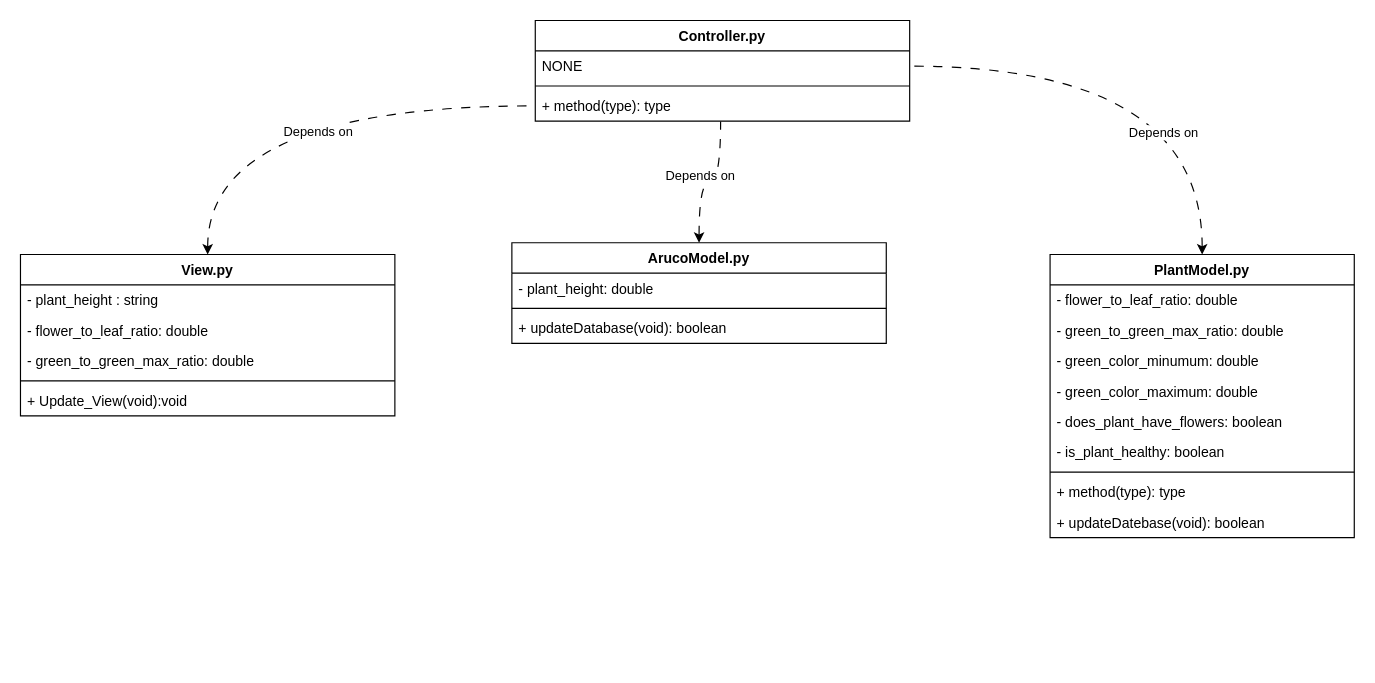
The draw.io diagram page "UML" (3 of 3) of docs/block_diagram_flower_growth_tracker.drawio in JovanyZepeda/miniature-doodle, before the edit. Source tidied: cells renumbered, new cells numbered last; positions are measured from the earlier drawing's top-left corner, leaving out a move shared by most shapes. Both pictures are drawn from the tidied source at 117%, with x=0, y=0 at pixel (20, 20).
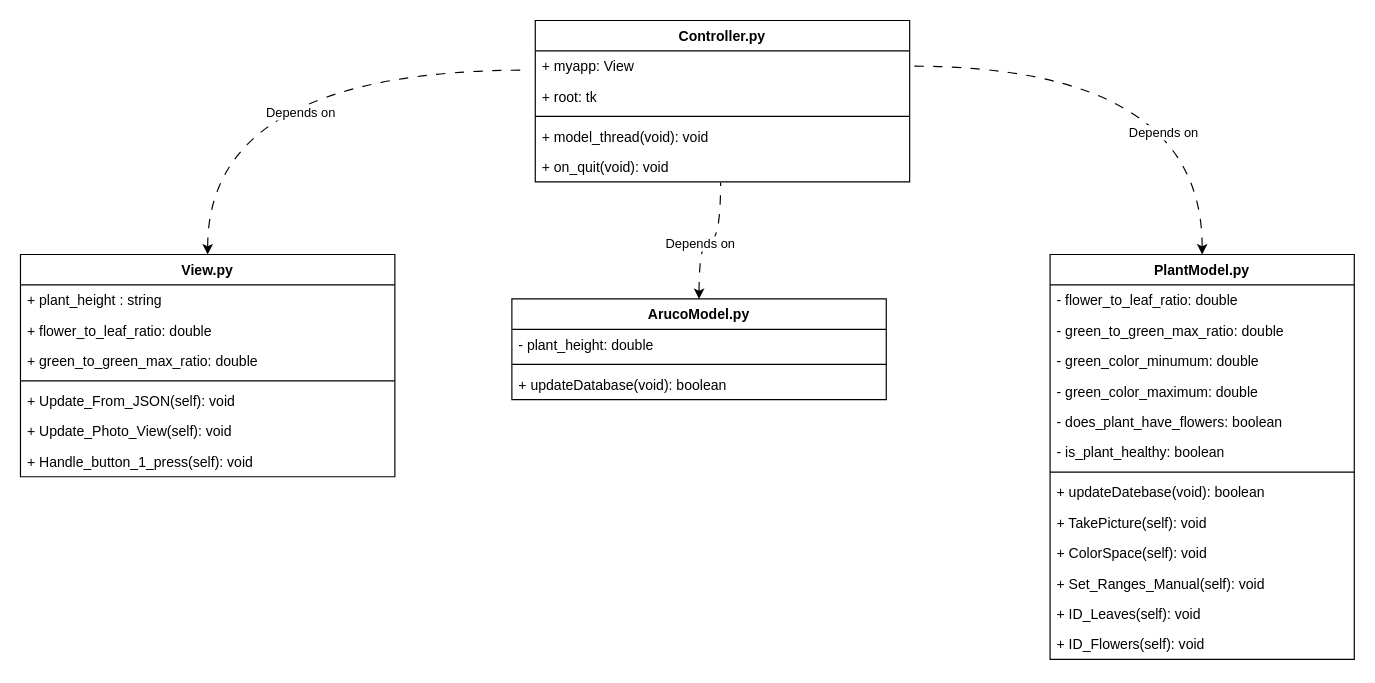
After the change.

The change refers to these unchanged cells:
```xml
<mxCell id="2" style="edgeStyle=orthogonalEdgeStyle;rounded=0;jettySize=auto;html=1;entryX=0.495;entryY=1.015;entryDx=0;entryDy=0;entryPerimeter=0;dashed=1;dashPattern=8 8;curved=1;endArrow=none;endFill=0;startArrow=classic;startFill=1;" parent="1" edge="1" source="4" target="31">
  <mxGeometry relative="1" as="geometry" />
</mxCell>
```

Change to the diagram source:
```diff
@@
     <mxCell id="3" value="Depends on" style="edgeLabel;html=1;align=center;verticalAlign=middle;" parent="2" vertex="1">
       <mxGeometry x="0.25" y="-4" relative="1" as="geometry">
-        <mxPoint x="-22" as="offset" />
+        <mxPoint x="-22" y="8" as="offset" />
       </mxGeometry>
     </mxCell>
     <mxCell id="4" value="ArucoModel.py" style="swimlane;fontStyle=1;align=center;verticalAlign=top;horizontal=1;startSize=26;whiteSpace=wrap;html=1;" parent="1" vertex="1">
-      <mxGeometry x="420" y="190" width="320" height="86" as="geometry" />
+      <mxGeometry x="420" y="238" width="320" height="86" as="geometry" />
     </mxCell>
@@
     <mxCell id="10" value="PlantModel.py" style="swimlane;fontStyle=1;align=center;verticalAlign=top;horizontal=1;startSize=26;whiteSpace=wrap;html=1;" parent="1" vertex="1">
-      <mxGeometry x="880" y="200" width="260" height="242" as="geometry" />
+      <mxGeometry x="880" y="200" width="260" height="346" as="geometry" />
     </mxCell>
@@
+    <mxCell id="19" value="+ updateDatebase(void): boolean" style="text;strokeColor=none;fillColor=none;align=left;verticalAlign=top;spacingLeft=4;spacingRight=4;overflow=hidden;whiteSpace=wrap;html=1;" parent="10" vertex="1">
+      <mxGeometry y="190" width="260" height="26" as="geometry" />
+    </mxCell>
-    <mxCell id="18" value="+ method(type): type" style="text;strokeColor=none;fillColor=none;align=left;verticalAlign=top;spacingLeft=4;spacingRight=4;overflow=hidden;whiteSpace=wrap;html=1;" parent="10" vertex="1">
-      <mxGeometry y="190" width="260" height="26" as="geometry" />
+    <mxCell id="18" value="+ TakePicture(self): void" style="text;strokeColor=none;fillColor=none;align=left;verticalAlign=top;spacingLeft=4;spacingRight=4;overflow=hidden;whiteSpace=wrap;html=1;" parent="10" vertex="1">
+      <mxGeometry y="216" width="260" height="26" as="geometry" />
     </mxCell>
-    <mxCell id="19" value="+ updateDatebase(void): boolean" style="text;strokeColor=none;fillColor=none;align=left;verticalAlign=top;spacingLeft=4;spacingRight=4;overflow=hidden;whiteSpace=wrap;html=1;" parent="10" vertex="1">
-      <mxGeometry y="216" width="260" height="26" as="geometry" />
-    </mxCell>
+    <mxCell id="32" value="+ ColorSpace(self): void&lt;span style=&quot;white-space: pre;&quot;&gt; &lt;/span&gt;&lt;span style=&quot;white-space: pre;&quot;&gt; &lt;/span&gt;" style="text;strokeColor=none;fillColor=none;align=left;verticalAlign=top;spacingLeft=4;spacingRight=4;overflow=hidden;whiteSpace=wrap;html=1;" parent="10" vertex="1">
+      <mxGeometry y="242" width="260" height="26" as="geometry" />
+    </mxCell>
+    <mxCell id="33" value="+ Set_Ranges_Manual(self): void" style="text;strokeColor=none;fillColor=none;align=left;verticalAlign=top;spacingLeft=4;spacingRight=4;overflow=hidden;whiteSpace=wrap;html=1;" parent="10" vertex="1">
+      <mxGeometry y="268" width="260" height="26" as="geometry" />
+    </mxCell>
+    <mxCell id="34" value="+ ID_Leaves(self): void" style="text;strokeColor=none;fillColor=none;align=left;verticalAlign=top;spacingLeft=4;spacingRight=4;overflow=hidden;whiteSpace=wrap;html=1;" parent="10" vertex="1">
+      <mxGeometry y="294" width="260" height="26" as="geometry" />
+    </mxCell>
+    <mxCell id="35" value="+ ID_Flowers(self): void" style="text;strokeColor=none;fillColor=none;align=left;verticalAlign=top;spacingLeft=4;spacingRight=4;overflow=hidden;whiteSpace=wrap;html=1;" parent="10" vertex="1">
+      <mxGeometry y="320" width="260" height="26" as="geometry" />
+    </mxCell>
-    <mxCell id="20" style="edgeStyle=orthogonalEdgeStyle;rounded=0;jettySize=auto;html=1;entryX=0;entryY=0.5;entryDx=0;entryDy=0;dashed=1;dashPattern=8 8;curved=1;endArrow=none;endFill=0;startArrow=classic;startFill=1;" parent="1" edge="1" source="22" target="31">
+    <mxCell id="20" style="edgeStyle=orthogonalEdgeStyle;rounded=0;jettySize=auto;html=1;entryX=-0.019;entryY=0.631;entryDx=0;entryDy=0;dashed=1;dashPattern=8 8;curved=1;endArrow=none;endFill=0;startArrow=classic;startFill=1;entryPerimeter=0;" parent="1" edge="1" source="22" target="29">
       <mxGeometry relative="1" as="geometry" />
     </mxCell>
     <mxCell id="21" value="Depends on&amp;nbsp;" style="edgeLabel;html=1;align=center;verticalAlign=middle;" parent="20" vertex="1">
-      <mxGeometry x="0.09" y="-21" relative="1" as="geometry" />
+      <mxGeometry x="0.09" y="-21" relative="1" as="geometry">
+        <mxPoint x="3" y="15" as="offset" />
+      </mxGeometry>
     </mxCell>
     <mxCell id="22" value="View.py" style="swimlane;fontStyle=1;align=center;verticalAlign=top;horizontal=1;startSize=26;whiteSpace=wrap;html=1;" parent="1" vertex="1">
-      <mxGeometry y="200" width="320" height="138" as="geometry" />
+      <mxGeometry y="200" width="320" height="190" as="geometry" />
     </mxCell>
-    <mxCell id="23" value="- plant_height : string" style="text;strokeColor=none;fillColor=none;align=left;verticalAlign=top;spacingLeft=4;spacingRight=4;overflow=hidden;whiteSpace=wrap;html=1;" parent="22" vertex="1">
+    <mxCell id="23" value="+ plant_height : string" style="text;strokeColor=none;fillColor=none;align=left;verticalAlign=top;spacingLeft=4;spacingRight=4;overflow=hidden;whiteSpace=wrap;html=1;" parent="22" vertex="1">
       <mxGeometry y="26" width="320" height="26" as="geometry" />
     </mxCell>
-    <mxCell id="24" value="- flower_to_leaf_ratio: double" style="text;strokeColor=none;fillColor=none;align=left;verticalAlign=top;spacingLeft=4;spacingRight=4;overflow=hidden;whiteSpace=wrap;html=1;" parent="22" vertex="1">
+    <mxCell id="24" value="+ flower_to_leaf_ratio: double" style="text;strokeColor=none;fillColor=none;align=left;verticalAlign=top;spacingLeft=4;spacingRight=4;overflow=hidden;whiteSpace=wrap;html=1;" parent="22" vertex="1">
       <mxGeometry y="52" width="320" height="26" as="geometry" />
     </mxCell>
-    <mxCell id="25" value="- green_to_green_max_ratio: double" style="text;strokeColor=none;fillColor=none;align=left;verticalAlign=top;spacingLeft=4;spacingRight=4;overflow=hidden;whiteSpace=wrap;html=1;" parent="22" vertex="1">
+    <mxCell id="25" value="+ green_to_green_max_ratio: double" style="text;strokeColor=none;fillColor=none;align=left;verticalAlign=top;spacingLeft=4;spacingRight=4;overflow=hidden;whiteSpace=wrap;html=1;" parent="22" vertex="1">
       <mxGeometry y="78" width="320" height="26" as="geometry" />
     </mxCell>
@@
-    <mxCell id="27" value="+ Update_View(void):void" style="text;strokeColor=none;fillColor=none;align=left;verticalAlign=top;spacingLeft=4;spacingRight=4;overflow=hidden;whiteSpace=wrap;html=1;" parent="22" vertex="1">
+    <mxCell id="27" value="+ Update_From_JSON(self): void" style="text;strokeColor=none;fillColor=none;align=left;verticalAlign=top;spacingLeft=4;spacingRight=4;overflow=hidden;whiteSpace=wrap;html=1;" parent="22" vertex="1">
       <mxGeometry y="112" width="320" height="26" as="geometry" />
     </mxCell>
+    <mxCell id="36" value="+ Update_Photo_View(self): void" style="text;strokeColor=none;fillColor=none;align=left;verticalAlign=top;spacingLeft=4;spacingRight=4;overflow=hidden;whiteSpace=wrap;html=1;" parent="22" vertex="1">
+      <mxGeometry y="138" width="320" height="26" as="geometry" />
+    </mxCell>
+    <mxCell id="37" value="+ Handle_button_1_press(self): void" style="text;strokeColor=none;fillColor=none;align=left;verticalAlign=top;spacingLeft=4;spacingRight=4;overflow=hidden;whiteSpace=wrap;html=1;" parent="22" vertex="1">
+      <mxGeometry y="164" width="320" height="26" as="geometry" />
+    </mxCell>
     <mxCell id="28" value="Controller.py" style="swimlane;fontStyle=1;align=center;verticalAlign=top;horizontal=1;startSize=26;whiteSpace=wrap;html=1;" parent="1" vertex="1">
-      <mxGeometry x="440" width="320" height="86" as="geometry" />
+      <mxGeometry x="440" width="320" height="138" as="geometry" />
     </mxCell>
-    <mxCell id="29" value="NONE" style="text;strokeColor=none;fillColor=none;align=left;verticalAlign=top;spacingLeft=4;spacingRight=4;overflow=hidden;points=[[0,0.5],[1,0.5]];portConstraint=eastwest;whiteSpace=wrap;html=1;" parent="28" vertex="1">
+    <mxCell id="29" value="+ myapp: View" style="text;strokeColor=none;fillColor=none;align=left;verticalAlign=top;spacingLeft=4;spacingRight=4;overflow=hidden;points=[[0,0.5],[1,0.5]];portConstraint=eastwest;whiteSpace=wrap;html=1;" parent="28" vertex="1">
       <mxGeometry y="26" width="320" height="26" as="geometry" />
     </mxCell>
+    <mxCell id="38" value="+ root: tk" style="text;strokeColor=none;fillColor=none;align=left;verticalAlign=top;spacingLeft=4;spacingRight=4;overflow=hidden;whiteSpace=wrap;html=1;" parent="28" vertex="1">
+      <mxGeometry y="52" width="320" height="26" as="geometry" />
+    </mxCell>
     <mxCell id="30" style="line;strokeWidth=1;fillColor=none;align=left;verticalAlign=middle;spacingTop=-1;spacingLeft=3;spacingRight=3;labelPosition=right;strokeColor=inherit;" parent="28" vertex="1">
-      <mxGeometry y="52" width="320" height="8" as="geometry" />
+      <mxGeometry y="78" width="320" height="8" as="geometry" />
     </mxCell>
+    <mxCell id="39" value="+ model_thread(void): void" style="text;strokeColor=none;fillColor=none;align=left;verticalAlign=top;spacingLeft=4;spacingRight=4;overflow=hidden;whiteSpace=wrap;html=1;" parent="28" vertex="1">
+      <mxGeometry y="86" width="320" height="26" as="geometry" />
+    </mxCell>
-    <mxCell id="31" value="+ method(type): type" style="text;strokeColor=none;fillColor=none;align=left;verticalAlign=top;spacingLeft=4;spacingRight=4;overflow=hidden;points=[[0,0.5],[1,0.5]];portConstraint=eastwest;whiteSpace=wrap;html=1;" parent="28" vertex="1">
-      <mxGeometry y="60" width="320" height="26" as="geometry" />
+    <mxCell id="31" value="+ on_quit(void): void" style="text;strokeColor=none;fillColor=none;align=left;verticalAlign=top;spacingLeft=4;spacingRight=4;overflow=hidden;points=[[0,0.5],[1,0.5]];portConstraint=eastwest;whiteSpace=wrap;html=1;" parent="28" vertex="1">
+      <mxGeometry y="112" width="320" height="26" as="geometry" />
     </mxCell>
```
